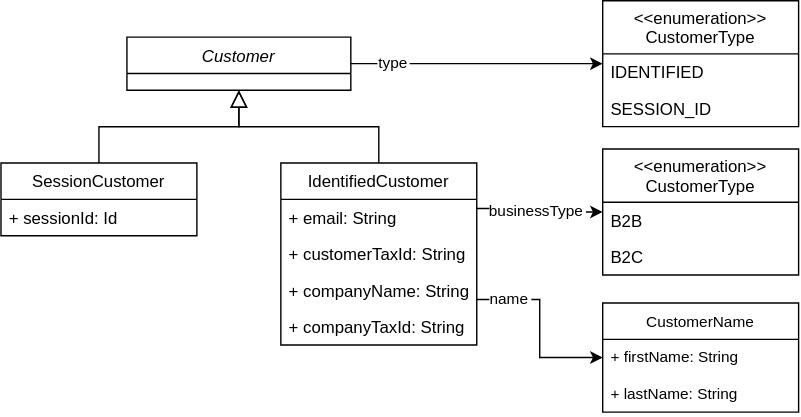
Above: svg/ValueObjectCustomerDiagram.svg in Thalmaier/bachelor-thesis (draw.io), before the change. Source tidied: cells renumbered, new cells last; positions are measured from the earlier drawing's top-left corner, leaving out a move shared by most shapes. Its diagram source:
```xml
<mxGraphModel>
  <root>
    <mxCell id="0" />
    <mxCell id="1" parent="0" />
    <mxCell id="2" value="Customer" style="swimlane;fontStyle=2;align=center;verticalAlign=top;horizontal=1;startSize=26;rounded=0;shadow=0;strokeWidth=1;fontColor=#000000;labelBackgroundColor=none;" parent="1" vertex="1">
      <mxGeometry x="90" y="26" width="160" height="38" as="geometry" />
    </mxCell>
    <mxCell id="3" style="edgeStyle=orthogonalEdgeStyle;rounded=0;jettySize=auto;html=1;labelBackgroundColor=none;fontFamily=Helvetica;fontSize=11;fontColor=#000000;exitX=1;exitY=0.75;exitDx=0;exitDy=0;" parent="1" edge="1" source="7" target="21">
      <mxGeometry relative="1" as="geometry" />
    </mxCell>
    <mxCell id="4" value="name" style="edgeLabel;align=center;verticalAlign=middle;fontSize=11;fontFamily=Helvetica;fontColor=#000000;labelBackgroundColor=#FFFFFF;" parent="3" vertex="1">
      <mxGeometry x="0.11" y="1" relative="1" as="geometry">
        <mxPoint x="-23" y="-29" as="offset" />
      </mxGeometry>
    </mxCell>
    <mxCell id="5" style="edgeStyle=orthogonalEdgeStyle;rounded=0;jettySize=auto;html=1;labelBackgroundColor=none;fontFamily=Helvetica;fontSize=11;fontColor=#000000;exitX=1;exitY=0.25;exitDx=0;exitDy=0;" parent="1" edge="1" source="7" target="24">
      <mxGeometry relative="1" as="geometry" />
    </mxCell>
    <mxCell id="6" value="businessType" style="edgeLabel;align=center;verticalAlign=middle;fontSize=11;fontFamily=Helvetica;fontColor=#000000;labelBackgroundColor=#FFFFFF;" parent="5" vertex="1">
      <mxGeometry x="-0.1" y="-1" relative="1" as="geometry">
        <mxPoint x="1" as="offset" />
      </mxGeometry>
    </mxCell>
    <mxCell id="7" value="IdentifiedCustomer" style="swimlane;fontStyle=0;align=center;verticalAlign=top;horizontal=1;startSize=26;rounded=0;shadow=0;strokeWidth=1;fontColor=#000000;labelBackgroundColor=none;" parent="1" vertex="1">
      <mxGeometry x="200" y="116" width="140" height="130" as="geometry" />
    </mxCell>
    <mxCell id="8" value="+ email: String" style="text;align=left;verticalAlign=top;spacingLeft=4;spacingRight=4;overflow=hidden;fontColor=#000000;labelBackgroundColor=none;" parent="7" vertex="1">
      <mxGeometry y="26" width="140" height="26" as="geometry" />
    </mxCell>
    <mxCell id="9" value="+ customerTaxId: String" style="text;align=left;verticalAlign=top;spacingLeft=4;spacingRight=4;overflow=hidden;rounded=0;shadow=0;html=0;fontColor=#000000;labelBackgroundColor=none;" parent="7" vertex="1">
      <mxGeometry y="52" width="140" height="26" as="geometry" />
    </mxCell>
    <mxCell id="10" value="+ companyName: String" style="text;align=left;verticalAlign=top;spacingLeft=4;spacingRight=4;overflow=hidden;rounded=0;shadow=0;html=0;fontColor=#000000;labelBackgroundColor=none;" parent="7" vertex="1">
      <mxGeometry y="78" width="140" height="26" as="geometry" />
    </mxCell>
    <mxCell id="11" value="+ companyTaxId: String" style="text;align=left;verticalAlign=top;spacingLeft=4;spacingRight=4;overflow=hidden;rounded=0;shadow=0;html=0;fontColor=#000000;labelBackgroundColor=none;" parent="7" vertex="1">
      <mxGeometry y="104" width="140" height="26" as="geometry" />
    </mxCell>
    <mxCell id="12" style="endArrow=block;endSize=10;endFill=0;shadow=0;strokeWidth=1;rounded=0;edgeStyle=elbowEdgeStyle;elbow=vertical;fontColor=#000000;labelBackgroundColor=none;" parent="1" edge="1" source="7" target="2">
      <mxGeometry relative="1" as="geometry" />
    </mxCell>
    <mxCell id="13" value="SessionCustomer" style="swimlane;fontStyle=0;align=center;verticalAlign=top;horizontal=1;startSize=26;rounded=0;shadow=0;strokeWidth=1;fontColor=#000000;labelBackgroundColor=none;" parent="1" vertex="1">
      <mxGeometry y="116" width="140" height="52" as="geometry" />
    </mxCell>
    <mxCell id="14" value="+ sessionId: Id" style="text;align=left;verticalAlign=top;spacingLeft=4;spacingRight=4;overflow=hidden;fontColor=#000000;labelBackgroundColor=none;" parent="13" vertex="1">
      <mxGeometry y="26" width="140" height="26" as="geometry" />
    </mxCell>
    <mxCell id="15" style="endArrow=block;endSize=10;endFill=0;shadow=0;strokeWidth=1;rounded=0;edgeStyle=elbowEdgeStyle;elbow=vertical;fontColor=#000000;labelBackgroundColor=none;" parent="1" edge="1" source="13" target="2">
      <mxGeometry relative="1" as="geometry" />
    </mxCell>
    <mxCell id="16" value="&lt;&lt;enumeration&gt;&gt;&#10;CustomerType" style="swimlane;fontStyle=0;horizontal=1;startSize=38;fillColor=none;labelBackgroundColor=none;fontColor=#000000;strokeColor=#000000;" parent="1" vertex="1">
      <mxGeometry x="430" width="140" height="90" as="geometry" />
    </mxCell>
    <mxCell id="17" value="IDENTIFIED" style="text;strokeColor=none;fillColor=none;align=left;verticalAlign=top;spacingLeft=4;spacingRight=4;overflow=hidden;labelBackgroundColor=none;fontColor=#000000;" parent="16" vertex="1">
      <mxGeometry y="38" width="140" height="26" as="geometry" />
    </mxCell>
    <mxCell id="18" value="SESSION_ID" style="text;strokeColor=none;fillColor=none;align=left;verticalAlign=top;spacingLeft=4;spacingRight=4;overflow=hidden;labelBackgroundColor=none;fontColor=#000000;" parent="16" vertex="1">
      <mxGeometry y="64" width="140" height="26" as="geometry" />
    </mxCell>
    <mxCell id="19" style="edgeStyle=orthogonalEdgeStyle;rounded=0;jettySize=auto;html=1;labelBackgroundColor=none;fontFamily=Helvetica;fontSize=11;fontColor=#000000;" parent="1" edge="1" source="2" target="16">
      <mxGeometry relative="1" as="geometry" />
    </mxCell>
    <mxCell id="20" value="type" style="edgeLabel;align=center;verticalAlign=middle;fontSize=11;fontFamily=Helvetica;fontColor=#000000;labelBackgroundColor=#FFFFFF;" parent="19" vertex="1">
      <mxGeometry x="-0.07" y="-1" relative="1" as="geometry">
        <mxPoint x="-54" y="-2" as="offset" />
      </mxGeometry>
    </mxCell>
    <mxCell id="21" value="CustomerName" style="swimlane;fontStyle=0;horizontal=1;startSize=26;fillColor=none;labelBackgroundColor=#FFFFFF;fontFamily=Helvetica;fontSize=11;fontColor=#000000;" parent="1" vertex="1">
      <mxGeometry x="430" y="216" width="140" height="78" as="geometry" />
    </mxCell>
    <mxCell id="22" value="+ firstName: String" style="text;strokeColor=none;fillColor=none;align=left;verticalAlign=top;spacingLeft=4;spacingRight=4;overflow=hidden;labelBackgroundColor=#FFFFFF;fontFamily=Helvetica;fontSize=11;fontColor=#000000;" parent="21" vertex="1">
      <mxGeometry y="26" width="140" height="26" as="geometry" />
    </mxCell>
    <mxCell id="23" value="+ lastName: String" style="text;strokeColor=none;fillColor=none;align=left;verticalAlign=top;spacingLeft=4;spacingRight=4;overflow=hidden;labelBackgroundColor=#FFFFFF;fontFamily=Helvetica;fontSize=11;fontColor=#000000;" parent="21" vertex="1">
      <mxGeometry y="52" width="140" height="26" as="geometry" />
    </mxCell>
    <mxCell id="24" value="&lt;&lt;enumeration&gt;&gt;&#10;CustomerType" style="swimlane;fontStyle=0;horizontal=1;startSize=38;fillColor=none;labelBackgroundColor=none;fontColor=#000000;strokeColor=#000000;" parent="1" vertex="1">
      <mxGeometry x="430" y="106" width="140" height="90" as="geometry" />
    </mxCell>
    <mxCell id="25" value="B2B" style="text;strokeColor=none;fillColor=none;align=left;verticalAlign=top;spacingLeft=4;spacingRight=4;overflow=hidden;labelBackgroundColor=none;fontColor=#000000;" parent="24" vertex="1">
      <mxGeometry y="38" width="140" height="26" as="geometry" />
    </mxCell>
    <mxCell id="26" value="B2C" style="text;strokeColor=none;fillColor=none;align=left;verticalAlign=top;spacingLeft=4;spacingRight=4;overflow=hidden;labelBackgroundColor=none;fontColor=#000000;" parent="24" vertex="1">
      <mxGeometry y="64" width="140" height="26" as="geometry" />
    </mxCell>
  </root>
</mxGraphModel>
```
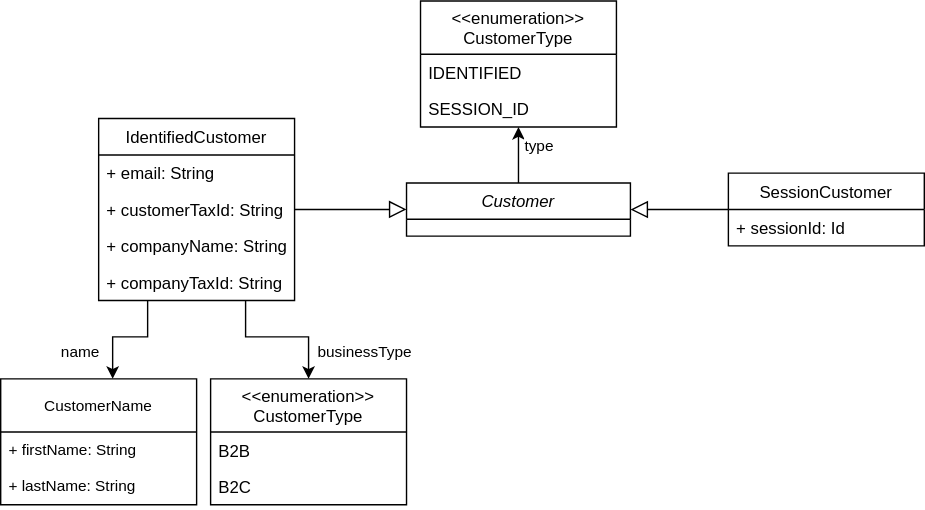
Above is the later version.

What changed in the source:
```diff
@@ -2,27 +2,37 @@
   <root>
     <mxCell id="0" />
     <mxCell id="1" parent="0" />
-    <mxCell id="2" value="Customer" style="swimlane;fontStyle=2;align=center;verticalAlign=top;horizontal=1;startSize=26;rounded=0;shadow=0;strokeWidth=1;fontColor=#000000;labelBackgroundColor=none;" parent="1" vertex="1">
-      <mxGeometry x="90" y="26" width="160" height="38" as="geometry" />
+    <mxCell id="2" value="Customer" style="swimlane;fontStyle=2;align=center;verticalAlign=top;horizontal=1;startSize=26;rounded=0;shadow=0;strokeWidth=1;fontColor=#000000;labelBackgroundColor=none;fillColor=#FFFFFF;strokeColor=#000000;" parent="1" vertex="1">
+      <mxGeometry x="290" y="26" width="160" height="38" as="geometry" />
     </mxCell>
-    <mxCell id="3" style="edgeStyle=orthogonalEdgeStyle;rounded=0;jettySize=auto;html=1;labelBackgroundColor=none;fontFamily=Helvetica;fontSize=11;fontColor=#000000;exitX=1;exitY=0.75;exitDx=0;exitDy=0;" parent="1" edge="1" source="7" target="21">
-      <mxGeometry relative="1" as="geometry" />
+    <mxCell id="3" style="edgeStyle=orthogonalEdgeStyle;rounded=0;jettySize=auto;html=1;labelBackgroundColor=none;fontFamily=Helvetica;fontSize=11;fontColor=#000000;exitX=0.25;exitY=1;exitDx=0;exitDy=0;strokeColor=#000000;" parent="1" edge="1" source="7" target="21">
+      <mxGeometry relative="1" as="geometry">
+        <Array as="points">
+          <mxPoint x="105" y="136" />
+          <mxPoint x="80" y="136" />
+        </Array>
+      </mxGeometry>
     </mxCell>
     <mxCell id="4" value="name" style="edgeLabel;align=center;verticalAlign=middle;fontSize=11;fontFamily=Helvetica;fontColor=#000000;labelBackgroundColor=#FFFFFF;" parent="3" vertex="1">
       <mxGeometry x="0.11" y="1" relative="1" as="geometry">
-        <mxPoint x="-23" y="-29" as="offset" />
+        <mxPoint x="-29" y="9" as="offset" />
       </mxGeometry>
     </mxCell>
-    <mxCell id="5" style="edgeStyle=orthogonalEdgeStyle;rounded=0;jettySize=auto;html=1;labelBackgroundColor=none;fontFamily=Helvetica;fontSize=11;fontColor=#000000;exitX=1;exitY=0.25;exitDx=0;exitDy=0;" parent="1" edge="1" source="7" target="24">
-      <mxGeometry relative="1" as="geometry" />
+    <mxCell id="5" style="edgeStyle=orthogonalEdgeStyle;rounded=0;jettySize=auto;html=1;labelBackgroundColor=none;fontFamily=Helvetica;fontSize=11;fontColor=#000000;exitX=0.75;exitY=1;exitDx=0;exitDy=0;strokeColor=#000000;entryX=0.5;entryY=0;entryDx=0;entryDy=0;" parent="1" edge="1" source="7" target="24">
+      <mxGeometry relative="1" as="geometry">
+        <Array as="points">
+          <mxPoint x="175" y="136" />
+          <mxPoint x="220" y="136" />
+        </Array>
+      </mxGeometry>
     </mxCell>
     <mxCell id="6" value="businessType" style="edgeLabel;align=center;verticalAlign=middle;fontSize=11;fontFamily=Helvetica;fontColor=#000000;labelBackgroundColor=#FFFFFF;" parent="5" vertex="1">
       <mxGeometry x="-0.1" y="-1" relative="1" as="geometry">
-        <mxPoint x="1" as="offset" />
+        <mxPoint x="66" y="9" as="offset" />
       </mxGeometry>
     </mxCell>
-    <mxCell id="7" value="IdentifiedCustomer" style="swimlane;fontStyle=0;align=center;verticalAlign=top;horizontal=1;startSize=26;rounded=0;shadow=0;strokeWidth=1;fontColor=#000000;labelBackgroundColor=none;" parent="1" vertex="1">
-      <mxGeometry x="200" y="116" width="140" height="130" as="geometry" />
+    <mxCell id="7" value="IdentifiedCustomer" style="swimlane;fontStyle=0;align=center;verticalAlign=top;horizontal=1;startSize=26;rounded=0;shadow=0;strokeWidth=1;fontColor=#000000;labelBackgroundColor=none;fillColor=#FFFFFF;strokeColor=#000000;" parent="1" vertex="1">
+      <mxGeometry x="70" y="-20" width="140" height="130" as="geometry" />
     </mxCell>
     <mxCell id="8" value="+ email: String" style="text;align=left;verticalAlign=top;spacingLeft=4;spacingRight=4;overflow=hidden;fontColor=#000000;labelBackgroundColor=none;" parent="7" vertex="1">
       <mxGeometry y="26" width="140" height="26" as="geometry" />
@@ -36,20 +46,24 @@
     <mxCell id="11" value="+ companyTaxId: String" style="text;align=left;verticalAlign=top;spacingLeft=4;spacingRight=4;overflow=hidden;rounded=0;shadow=0;html=0;fontColor=#000000;labelBackgroundColor=none;" parent="7" vertex="1">
       <mxGeometry y="104" width="140" height="26" as="geometry" />
     </mxCell>
-    <mxCell id="12" style="endArrow=block;endSize=10;endFill=0;shadow=0;strokeWidth=1;rounded=0;edgeStyle=elbowEdgeStyle;elbow=vertical;fontColor=#000000;labelBackgroundColor=none;" parent="1" edge="1" source="7" target="2">
+    <mxCell id="12" style="endArrow=block;endSize=10;endFill=0;shadow=0;strokeWidth=1;rounded=0;edgeStyle=elbowEdgeStyle;elbow=vertical;fontColor=#000000;labelBackgroundColor=none;strokeColor=#000000;" parent="1" edge="1" source="7" target="2">
       <mxGeometry relative="1" as="geometry" />
     </mxCell>
-    <mxCell id="13" value="SessionCustomer" style="swimlane;fontStyle=0;align=center;verticalAlign=top;horizontal=1;startSize=26;rounded=0;shadow=0;strokeWidth=1;fontColor=#000000;labelBackgroundColor=none;" parent="1" vertex="1">
-      <mxGeometry y="116" width="140" height="52" as="geometry" />
+    <mxCell id="13" value="SessionCustomer" style="swimlane;fontStyle=0;align=center;verticalAlign=top;horizontal=1;startSize=26;rounded=0;shadow=0;strokeWidth=1;fontColor=#000000;labelBackgroundColor=none;fillColor=#FFFFFF;strokeColor=#000000;" parent="1" vertex="1">
+      <mxGeometry x="520" y="19" width="140" height="52" as="geometry" />
     </mxCell>
     <mxCell id="14" value="+ sessionId: Id" style="text;align=left;verticalAlign=top;spacingLeft=4;spacingRight=4;overflow=hidden;fontColor=#000000;labelBackgroundColor=none;" parent="13" vertex="1">
       <mxGeometry y="26" width="140" height="26" as="geometry" />
     </mxCell>
-    <mxCell id="15" style="endArrow=block;endSize=10;endFill=0;shadow=0;strokeWidth=1;rounded=0;edgeStyle=elbowEdgeStyle;elbow=vertical;fontColor=#000000;labelBackgroundColor=none;" parent="1" edge="1" source="13" target="2">
-      <mxGeometry relative="1" as="geometry" />
+    <mxCell id="15" style="endArrow=block;endSize=10;endFill=0;shadow=0;strokeWidth=1;rounded=0;edgeStyle=elbowEdgeStyle;elbow=vertical;fontColor=#000000;labelBackgroundColor=none;strokeColor=#000000;" parent="1" edge="1" source="13" target="2">
+      <mxGeometry relative="1" as="geometry">
+        <Array as="points">
+          <mxPoint x="470" y="45" />
+        </Array>
+      </mxGeometry>
     </mxCell>
     <mxCell id="16" value="&lt;&lt;enumeration&gt;&gt;&#10;CustomerType" style="swimlane;fontStyle=0;horizontal=1;startSize=38;fillColor=none;labelBackgroundColor=none;fontColor=#000000;strokeColor=#000000;" parent="1" vertex="1">
-      <mxGeometry x="430" width="140" height="90" as="geometry" />
+      <mxGeometry x="300" y="-104" width="140" height="90" as="geometry" />
     </mxCell>
     <mxCell id="17" value="IDENTIFIED" style="text;strokeColor=none;fillColor=none;align=left;verticalAlign=top;spacingLeft=4;spacingRight=4;overflow=hidden;labelBackgroundColor=none;fontColor=#000000;" parent="16" vertex="1">
       <mxGeometry y="38" width="140" height="26" as="geometry" />
@@ -57,25 +71,25 @@
     <mxCell id="18" value="SESSION_ID" style="text;strokeColor=none;fillColor=none;align=left;verticalAlign=top;spacingLeft=4;spacingRight=4;overflow=hidden;labelBackgroundColor=none;fontColor=#000000;" parent="16" vertex="1">
       <mxGeometry y="64" width="140" height="26" as="geometry" />
     </mxCell>
-    <mxCell id="19" style="edgeStyle=orthogonalEdgeStyle;rounded=0;jettySize=auto;html=1;labelBackgroundColor=none;fontFamily=Helvetica;fontSize=11;fontColor=#000000;" parent="1" edge="1" source="2" target="16">
+    <mxCell id="19" style="edgeStyle=orthogonalEdgeStyle;rounded=0;jettySize=auto;html=1;labelBackgroundColor=none;fontFamily=Helvetica;fontSize=11;fontColor=#000000;strokeColor=#000000;" parent="1" edge="1" source="2" target="16">
       <mxGeometry relative="1" as="geometry" />
     </mxCell>
     <mxCell id="20" value="type" style="edgeLabel;align=center;verticalAlign=middle;fontSize=11;fontFamily=Helvetica;fontColor=#000000;labelBackgroundColor=#FFFFFF;" parent="19" vertex="1">
       <mxGeometry x="-0.07" y="-1" relative="1" as="geometry">
-        <mxPoint x="-54" y="-2" as="offset" />
+        <mxPoint x="14" y="-8" as="offset" />
       </mxGeometry>
     </mxCell>
-    <mxCell id="21" value="CustomerName" style="swimlane;fontStyle=0;horizontal=1;startSize=26;fillColor=none;labelBackgroundColor=#FFFFFF;fontFamily=Helvetica;fontSize=11;fontColor=#000000;" parent="1" vertex="1">
-      <mxGeometry x="430" y="216" width="140" height="78" as="geometry" />
+    <mxCell id="21" value="CustomerName" style="swimlane;fontStyle=0;horizontal=1;startSize=38;fillColor=none;labelBackgroundColor=#FFFFFF;fontFamily=Helvetica;fontSize=11;fontColor=#000000;strokeColor=#000000;" parent="1" vertex="1">
+      <mxGeometry y="166" width="140" height="90" as="geometry" />
     </mxCell>
     <mxCell id="22" value="+ firstName: String" style="text;strokeColor=none;fillColor=none;align=left;verticalAlign=top;spacingLeft=4;spacingRight=4;overflow=hidden;labelBackgroundColor=#FFFFFF;fontFamily=Helvetica;fontSize=11;fontColor=#000000;" parent="21" vertex="1">
-      <mxGeometry y="26" width="140" height="26" as="geometry" />
+      <mxGeometry y="38" width="140" height="26" as="geometry" />
     </mxCell>
     <mxCell id="23" value="+ lastName: String" style="text;strokeColor=none;fillColor=none;align=left;verticalAlign=top;spacingLeft=4;spacingRight=4;overflow=hidden;labelBackgroundColor=#FFFFFF;fontFamily=Helvetica;fontSize=11;fontColor=#000000;" parent="21" vertex="1">
-      <mxGeometry y="52" width="140" height="26" as="geometry" />
+      <mxGeometry y="64" width="140" height="26" as="geometry" />
     </mxCell>
     <mxCell id="24" value="&lt;&lt;enumeration&gt;&gt;&#10;CustomerType" style="swimlane;fontStyle=0;horizontal=1;startSize=38;fillColor=none;labelBackgroundColor=none;fontColor=#000000;strokeColor=#000000;" parent="1" vertex="1">
-      <mxGeometry x="430" y="106" width="140" height="90" as="geometry" />
+      <mxGeometry x="150" y="166" width="140" height="90" as="geometry" />
     </mxCell>
     <mxCell id="25" value="B2B" style="text;strokeColor=none;fillColor=none;align=left;verticalAlign=top;spacingLeft=4;spacingRight=4;overflow=hidden;labelBackgroundColor=none;fontColor=#000000;" parent="24" vertex="1">
       <mxGeometry y="38" width="140" height="26" as="geometry" />
```
